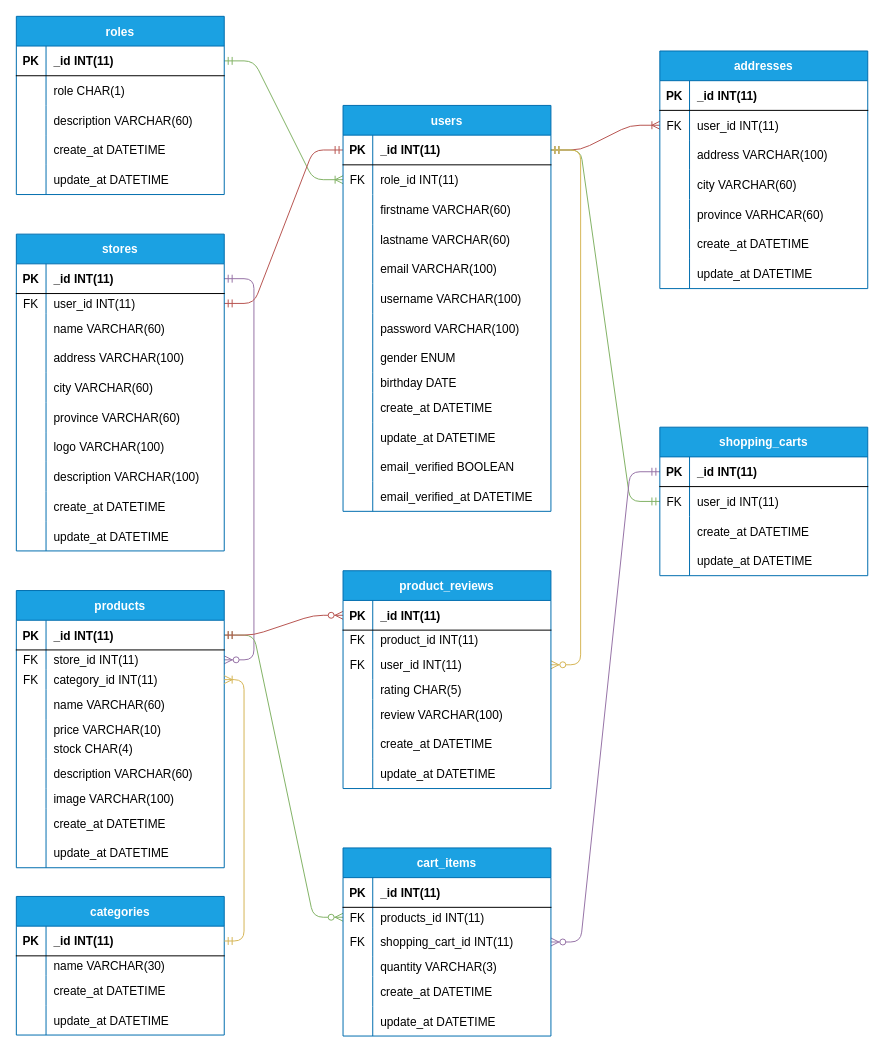
Above: Untitled Diagram.drawio in aldhyx/db-design-jejaklangkah (draw.io), before the change. Source tidied: cells renumbered, new cells numbered last; positions are measured from the earlier drawing's top-left corner, leaving out a move shared by most shapes. Both pictures are drawn from the tidied source at 99%, with x=0, y=0 at pixel (16, 16).
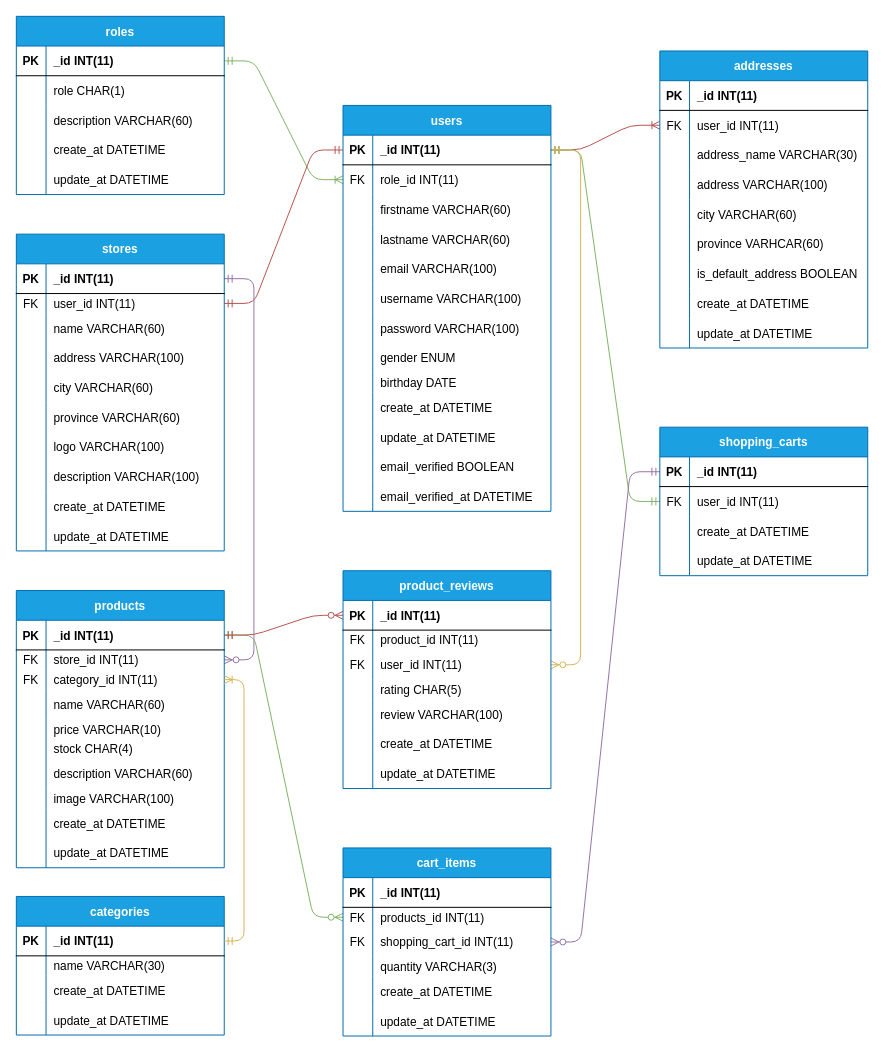
The same page after the edit.

Diff of the diagram source:
```diff
@@
     <mxCell id="51" value="addresses" style="shape=table;startSize=30;childLayout=tableLayout;rowLines=0;fontStyle=1;align=center;fillColor=#1ba1e2;strokeColor=#006EAF;fontColor=#ffffff;" parent="1" vertex="1">
-      <mxGeometry x="650" y="35" width="210" height="240" as="geometry" />
+      <mxGeometry x="650" y="35" width="210" height="300" as="geometry" />
     </mxCell>
@@
+    <mxCell id="219" style="shape=partialRectangle;fillColor=none;top=0;left=0;bottom=0;right=0;" parent="51" vertex="1">
+      <mxGeometry y="90" width="210" height="30" as="geometry" />
+    </mxCell>
+    <mxCell id="220" style="shape=partialRectangle;fillColor=none;top=0;left=0;bottom=0;right=0;overflow=hidden;" parent="219" vertex="1">
+      <mxGeometry width="30" height="30" as="geometry" />
+    </mxCell>
+    <mxCell id="221" value="address_name VARCHAR(30)" style="shape=partialRectangle;fillColor=none;top=0;left=0;bottom=0;right=0;align=left;spacingLeft=6;overflow=hidden;" parent="219" vertex="1">
+      <mxGeometry x="30" width="180" height="30" as="geometry" />
+    </mxCell>
     <mxCell id="58" style="shape=partialRectangle;fillColor=none;top=0;left=0;bottom=0;right=0;" parent="51" vertex="1">
-      <mxGeometry y="90" width="210" height="30" as="geometry" />
+      <mxGeometry y="120" width="210" height="30" as="geometry" />
     </mxCell>
@@
     <mxCell id="61" style="shape=partialRectangle;fillColor=none;top=0;left=0;bottom=0;right=0;" parent="51" vertex="1">
-      <mxGeometry y="120" width="210" height="30" as="geometry" />
+      <mxGeometry y="150" width="210" height="30" as="geometry" />
     </mxCell>
@@
     <mxCell id="64" style="shape=partialRectangle;fillColor=none;top=0;left=0;bottom=0;right=0;" parent="51" vertex="1">
-      <mxGeometry y="150" width="210" height="30" as="geometry" />
+      <mxGeometry y="180" width="210" height="30" as="geometry" />
     </mxCell>
@@
+    <mxCell id="222" style="shape=partialRectangle;fillColor=none;top=0;left=0;bottom=0;right=0;" parent="51" vertex="1">
+      <mxGeometry y="210" width="210" height="30" as="geometry" />
+    </mxCell>
+    <mxCell id="223" style="shape=partialRectangle;fillColor=none;top=0;left=0;bottom=0;right=0;overflow=hidden;" parent="222" vertex="1">
+      <mxGeometry width="30" height="30" as="geometry" />
+    </mxCell>
+    <mxCell id="224" value="is_default_address BOOLEAN" style="shape=partialRectangle;fillColor=none;top=0;left=0;bottom=0;right=0;align=left;spacingLeft=6;overflow=hidden;" parent="222" vertex="1">
+      <mxGeometry x="30" width="180" height="30" as="geometry" />
+    </mxCell>
     <mxCell id="67" style="shape=partialRectangle;fillColor=none;top=0;left=0;bottom=0;right=0;" parent="51" vertex="1">
-      <mxGeometry y="180" width="210" height="30" as="geometry" />
+      <mxGeometry y="240" width="210" height="30" as="geometry" />
     </mxCell>
@@
     <mxCell id="70" style="shape=partialRectangle;fillColor=none;top=0;left=0;bottom=0;right=0;" parent="51" vertex="1">
-      <mxGeometry y="210" width="210" height="30" as="geometry" />
+      <mxGeometry y="270" width="210" height="30" as="geometry" />
     </mxCell>
```
